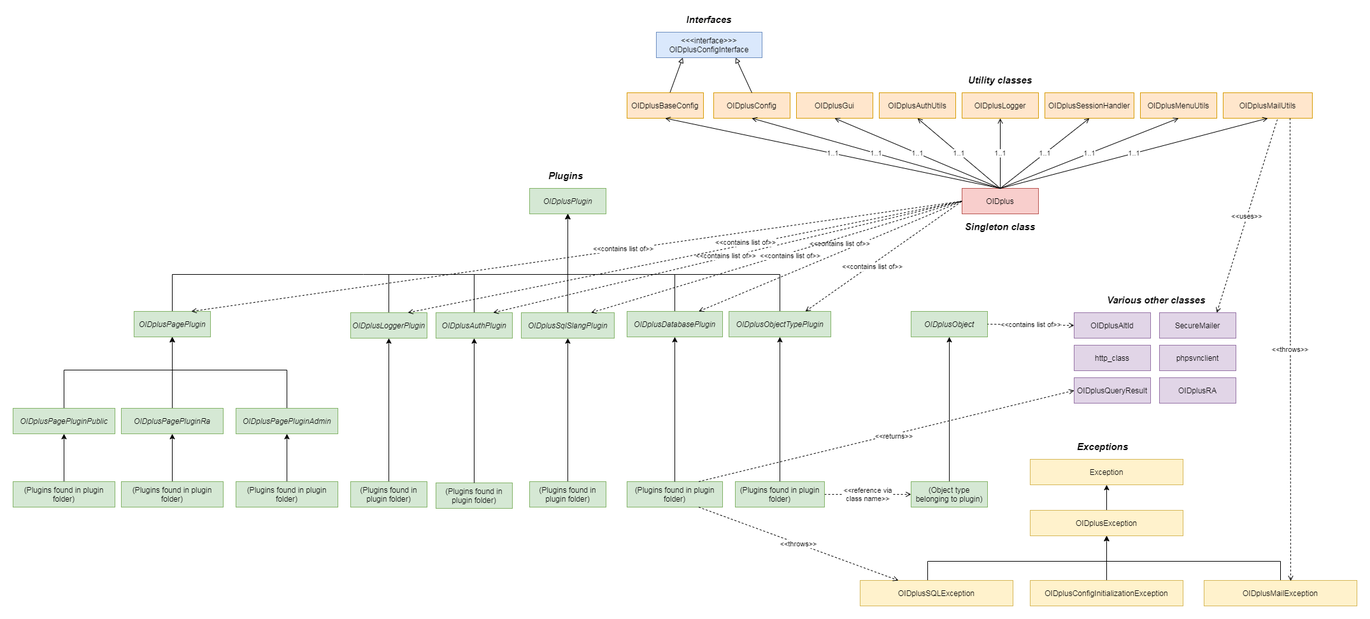
Earlier version of the draw.io export includes/classes/class_diagram.png (danielmarschall/oidplus). Source tidied: cells renumbered, new cells last; positions are measured from the earlier drawing's top-left corner, leaving out a move shared by most shapes.
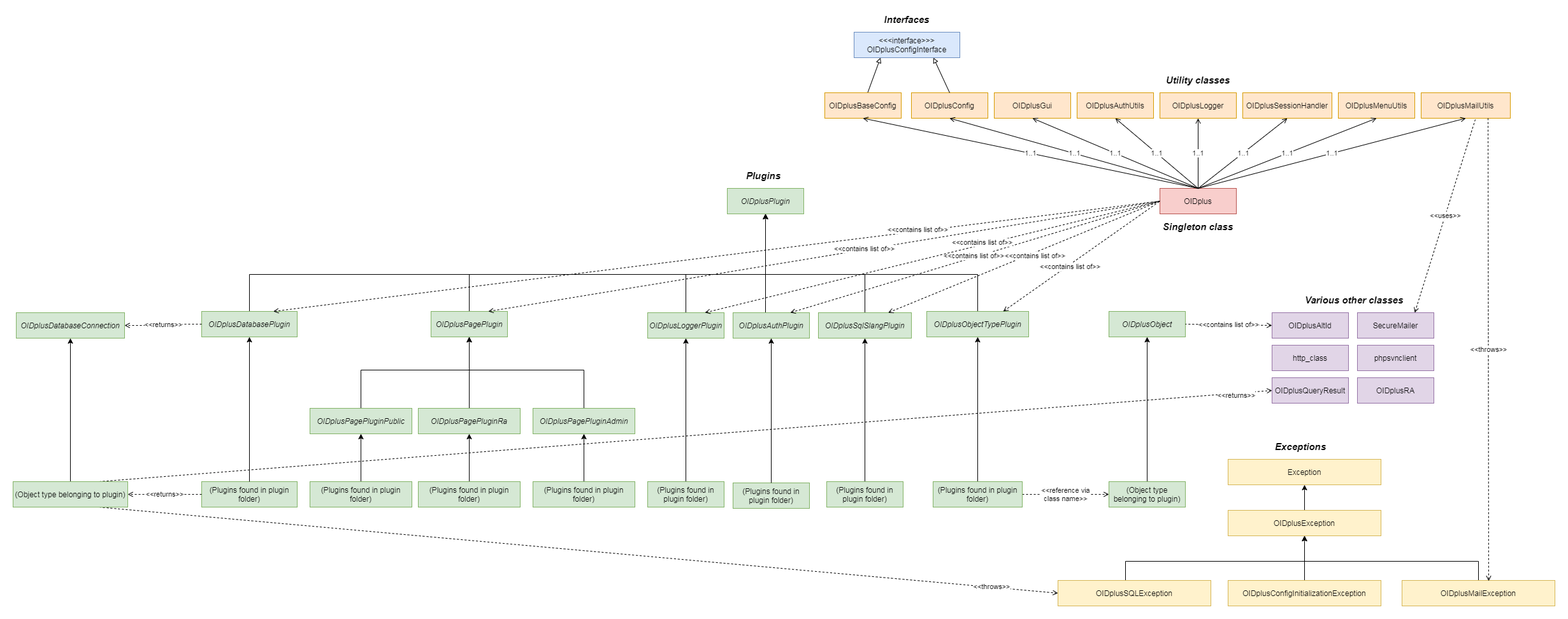
After the commit.

What changed in the source:
```diff
@@ -11,13 +11,13 @@
     <mxCell id="4" style="edgeStyle=orthogonalEdgeStyle;rounded=0;jettySize=auto;html=1;entryX=0.5;entryY=1;entryDx=0;entryDy=0;" parent="1" edge="1" source="5" target="24">
       <mxGeometry relative="1" as="geometry">
         <Array as="points">
-          <mxPoint x="724" y="410" />
-          <mxPoint x="871" y="410" />
+          <mxPoint x="871" y="450" />
+          <mxPoint x="871" y="450" />
         </Array>
       </mxGeometry>
     </mxCell>
     <mxCell id="5" value="&lt;div&gt;OIDplusAuthPlugin&lt;/div&gt;" style="rounded=0;whiteSpace=wrap;html=1;fontStyle=2;fillColor=#d5e8d4;strokeColor=#82b366;" parent="1" vertex="1">
-      <mxGeometry x="664" y="470" width="120" height="40" as="geometry" />
+      <mxGeometry x="820" y="470" width="120" height="40" as="geometry" />
     </mxCell>
     <mxCell id="6" value="&lt;div&gt;OIDplusAuthUtils&lt;/div&gt;" style="rounded=0;whiteSpace=wrap;html=1;fillColor=#ffe6cc;strokeColor=#d79b00;" parent="1" vertex="1">
       <mxGeometry x="1360" y="125" width="120" height="40" as="geometry" />
@@ -45,13 +45,13 @@
     <mxCell id="12" style="edgeStyle=orthogonalEdgeStyle;rounded=0;jettySize=auto;html=1;entryX=0.5;entryY=1;entryDx=0;entryDy=0;" parent="1" edge="1" source="13" target="24">
       <mxGeometry relative="1" as="geometry">
         <Array as="points">
-          <mxPoint x="1039" y="410" />
+          <mxPoint x="61" y="410" />
           <mxPoint x="871" y="410" />
         </Array>
       </mxGeometry>
     </mxCell>
     <mxCell id="13" value="&lt;div&gt;OIDplusDatabasePlugin&lt;/div&gt;" style="rounded=0;whiteSpace=wrap;html=1;fontStyle=2;fillColor=#d5e8d4;strokeColor=#82b366;" parent="1" vertex="1">
-      <mxGeometry x="964" y="468" width="150" height="40" as="geometry" />
+      <mxGeometry x="-14" y="468" width="150" height="40" as="geometry" />
     </mxCell>
     <mxCell id="14" value="&lt;div&gt;OIDplusGui&lt;/div&gt;" style="rounded=0;whiteSpace=wrap;html=1;fillColor=#ffe6cc;strokeColor=#d79b00;" parent="1" vertex="1">
       <mxGeometry x="1230" y="125" width="120" height="40" as="geometry" />
@@ -76,16 +76,16 @@
     <mxCell id="19" style="edgeStyle=orthogonalEdgeStyle;rounded=0;jettySize=auto;html=1;entryX=0.5;entryY=0;entryDx=0;entryDy=0;startArrow=classic;startFill=1;endArrow=none;endFill=0;" parent="1" edge="1" source="23" target="66">
       <mxGeometry relative="1" as="geometry">
         <Array as="points">
-          <mxPoint x="250" y="560" />
-          <mxPoint x="80" y="560" />
+          <mxPoint x="406" y="560" />
+          <mxPoint x="236" y="560" />
         </Array>
       </mxGeometry>
     </mxCell>
     <mxCell id="20" style="edgeStyle=orthogonalEdgeStyle;rounded=0;jettySize=auto;html=1;entryX=0.5;entryY=0;entryDx=0;entryDy=0;startArrow=classic;startFill=1;endArrow=none;endFill=0;" parent="1" edge="1" source="23" target="70">
       <mxGeometry relative="1" as="geometry">
         <Array as="points">
-          <mxPoint x="250" y="560" />
-          <mxPoint x="430" y="560" />
+          <mxPoint x="406" y="560" />
+          <mxPoint x="586" y="560" />
         </Array>
       </mxGeometry>
     </mxCell>
@@ -101,7 +101,7 @@
       </mxGeometry>
     </mxCell>
     <mxCell id="23" value="&lt;div&gt;OIDplusPagePlugin&lt;/div&gt;" style="rounded=0;whiteSpace=wrap;html=1;fontStyle=2;fillColor=#d5e8d4;strokeColor=#82b366;" parent="1" vertex="1">
-      <mxGeometry x="190" y="468" width="120" height="40" as="geometry" />
+      <mxGeometry x="346" y="468" width="120" height="40" as="geometry" />
     </mxCell>
     <mxCell id="24" value="&lt;div&gt;OIDplusPlugin&lt;/div&gt;" style="rounded=0;whiteSpace=wrap;html=1;fontStyle=2;fillColor=#d5e8d4;strokeColor=#82b366;" parent="1" vertex="1">
       <mxGeometry x="811" y="275" width="120" height="40" as="geometry" />
@@ -158,24 +158,22 @@
       <mxGeometry relative="1" as="geometry" />
     </mxCell>
     <mxCell id="41" value="(Plugins found in plugin folder)" style="rounded=0;whiteSpace=wrap;html=1;fillColor=#d5e8d4;strokeColor=#82b366;" parent="1" vertex="1">
-      <mxGeometry x="664" y="737" width="120" height="40" as="geometry" />
+      <mxGeometry x="820" y="737" width="120" height="40" as="geometry" />
     </mxCell>
     <mxCell id="42" style="edgeStyle=orthogonalEdgeStyle;rounded=0;jettySize=auto;html=1;entryX=0.5;entryY=1;entryDx=0;entryDy=0;exitX=0.5;exitY=0;exitDx=0;exitDy=0;" parent="1" edge="1" source="41" target="5">
       <mxGeometry relative="1" as="geometry" />
     </mxCell>
     <mxCell id="43" value="&lt;div&gt;(Plugins found in plugin folder)&lt;/div&gt;" style="rounded=0;whiteSpace=wrap;html=1;fillColor=#d5e8d4;strokeColor=#82b366;" parent="1" vertex="1">
-      <mxGeometry x="964" y="735" width="150" height="40" as="geometry" />
+      <mxGeometry x="-14" y="735" width="150" height="40" as="geometry" />
     </mxCell>
     <mxCell id="44" style="edgeStyle=orthogonalEdgeStyle;rounded=0;jettySize=auto;html=1;entryX=0.5;entryY=1;entryDx=0;entryDy=0;exitX=0.5;exitY=0;exitDx=0;exitDy=0;" parent="1" edge="1" source="43" target="13">
       <mxGeometry relative="1" as="geometry" />
     </mxCell>
-    <mxCell id="45" value="&amp;lt;&amp;lt;returns&amp;gt;&amp;gt;" style="endArrow=open;dashed=1;html=1;entryX=0;entryY=0.5;entryDx=0;entryDy=0;exitX=0.75;exitY=0;exitDx=0;exitDy=0;endFill=0;" parent="1" edge="1" source="43" target="25">
-      <mxGeometry x="0.04" y="-3" relative="1" as="geometry" />
+    <mxCell id="45" value="&amp;lt;&amp;lt;returns&amp;gt;&amp;gt;" style="endArrow=open;dashed=1;html=1;entryX=0;entryY=0.5;entryDx=0;entryDy=0;exitX=0.75;exitY=0;exitDx=0;exitDy=0;endFill=0;" parent="1" edge="1" source="95" target="25">
+      <mxGeometry x="0.94" y="-4" relative="1" as="geometry" />
     </mxCell>
     <mxCell id="46" value="&amp;lt;&amp;lt;contains list of&amp;gt;&amp;gt;" style="endArrow=none;html=1;entryX=0;entryY=0.5;entryDx=0;entryDy=0;exitX=0.75;exitY=0;exitDx=0;exitDy=0;dashed=1;endFill=0;startArrow=open;startFill=0;" parent="1" edge="1" source="13" target="2">
-      <mxGeometry x="0.1" y="12" relative="1" as="geometry">
-        <mxPoint x="-1" as="offset" />
-      </mxGeometry>
+      <mxGeometry x="0.45" y="2" relative="1" as="geometry" />
     </mxCell>
     <mxCell id="47" value="Singleton class" style="text;html=1;strokeColor=none;fillColor=none;align=center;verticalAlign=middle;whiteSpace=wrap;rounded=0;fontStyle=3;fontSize=15;" parent="1" vertex="1">
       <mxGeometry x="1480" y="325" width="140" height="20" as="geometry" />
@@ -192,8 +190,8 @@
     <mxCell id="51" value="Exception" style="rounded=0;whiteSpace=wrap;html=1;fillColor=#fff2cc;strokeColor=#d6b656;" parent="1" vertex="1">
       <mxGeometry x="1597" y="700" width="240" height="40" as="geometry" />
     </mxCell>
-    <mxCell id="52" value="&amp;lt;&amp;lt;throws&amp;gt;&amp;gt;" style="endArrow=open;dashed=1;html=1;entryX=0.25;entryY=0;entryDx=0;entryDy=0;exitX=0.75;exitY=1;exitDx=0;exitDy=0;endFill=0;" parent="1" edge="1" source="43" target="11">
-      <mxGeometry relative="1" as="geometry" />
+    <mxCell id="52" value="&amp;lt;&amp;lt;throws&amp;gt;&amp;gt;" style="endArrow=open;dashed=1;html=1;entryX=0;entryY=0.5;entryDx=0;entryDy=0;exitX=0.75;exitY=1;exitDx=0;exitDy=0;endFill=0;" parent="1" edge="1" source="95" target="11">
+      <mxGeometry x="0.86" y="1" relative="1" as="geometry" />
     </mxCell>
     <mxCell id="53" value="&amp;lt;&amp;lt;contains list of&amp;gt;&amp;gt;" style="endArrow=none;html=1;entryX=1;entryY=0.5;entryDx=0;entryDy=0;exitX=0;exitY=0.5;exitDx=0;exitDy=0;dashed=1;endFill=0;startArrow=open;startFill=0;" parent="1" edge="1" source="3" target="16">
       <mxGeometry relative="1" as="geometry" />
@@ -244,28 +242,28 @@
       <mxGeometry relative="1" as="geometry" />
     </mxCell>
     <mxCell id="66" value="&lt;div&gt;OIDplusPagePluginPublic&lt;/div&gt;" style="rounded=0;whiteSpace=wrap;html=1;fontStyle=2;fillColor=#d5e8d4;strokeColor=#82b366;" parent="1" vertex="1">
-      <mxGeometry y="620" width="160" height="40" as="geometry" />
+      <mxGeometry x="156" y="620" width="160" height="40" as="geometry" />
     </mxCell>
     <mxCell id="67" style="edgeStyle=orthogonalEdgeStyle;rounded=0;jettySize=auto;html=1;startArrow=classic;startFill=1;endArrow=none;endFill=0;" parent="1" edge="1" source="68" target="72">
       <mxGeometry relative="1" as="geometry" />
     </mxCell>
     <mxCell id="68" value="&lt;div&gt;OIDplusPagePluginRa&lt;/div&gt;" style="rounded=0;whiteSpace=wrap;html=1;fontStyle=2;fillColor=#d5e8d4;strokeColor=#82b366;" parent="1" vertex="1">
-      <mxGeometry x="170" y="620" width="160" height="40" as="geometry" />
+      <mxGeometry x="326" y="620" width="160" height="40" as="geometry" />
     </mxCell>
     <mxCell id="69" style="edgeStyle=orthogonalEdgeStyle;rounded=0;jettySize=auto;html=1;entryX=0.5;entryY=0;entryDx=0;entryDy=0;startArrow=classic;startFill=1;endArrow=none;endFill=0;" parent="1" edge="1" source="70" target="73">
       <mxGeometry relative="1" as="geometry" />
     </mxCell>
     <mxCell id="70" value="&lt;div&gt;OIDplusPagePluginAdmin&lt;/div&gt;" style="rounded=0;whiteSpace=wrap;html=1;fontStyle=2;fillColor=#d5e8d4;strokeColor=#82b366;" parent="1" vertex="1">
-      <mxGeometry x="350" y="620" width="160" height="40" as="geometry" />
+      <mxGeometry x="506" y="620" width="160" height="40" as="geometry" />
     </mxCell>
     <mxCell id="71" value="(Plugins found in plugin folder)" style="rounded=0;whiteSpace=wrap;html=1;fillColor=#d5e8d4;strokeColor=#82b366;" parent="1" vertex="1">
-      <mxGeometry y="735" width="160" height="40" as="geometry" />
+      <mxGeometry x="156" y="735" width="160" height="40" as="geometry" />
     </mxCell>
     <mxCell id="72" value="(Plugins found in plugin folder)" style="rounded=0;whiteSpace=wrap;html=1;fillColor=#d5e8d4;strokeColor=#82b366;" parent="1" vertex="1">
-      <mxGeometry x="170" y="735" width="160" height="40" as="geometry" />
+      <mxGeometry x="326" y="735" width="160" height="40" as="geometry" />
     </mxCell>
     <mxCell id="73" value="(Plugins found in plugin folder)" style="rounded=0;whiteSpace=wrap;html=1;fillColor=#d5e8d4;strokeColor=#82b366;" parent="1" vertex="1">
-      <mxGeometry x="350" y="735" width="160" height="40" as="geometry" />
+      <mxGeometry x="506" y="735" width="160" height="40" as="geometry" />
     </mxCell>
     <mxCell id="74" value="Utility classes" style="text;html=1;strokeColor=none;fillColor=none;align=center;verticalAlign=middle;whiteSpace=wrap;rounded=0;fontStyle=3;fontSize=15;" parent="1" vertex="1">
       <mxGeometry x="1270" y="95" width="560" height="20" as="geometry" />
@@ -295,10 +293,15 @@
       <mxGeometry relative="1" as="geometry" />
     </mxCell>
     <mxCell id="83" style="edgeStyle=orthogonalEdgeStyle;rounded=0;jettySize=auto;html=1;entryX=0.5;entryY=1;entryDx=0;entryDy=0;" parent="1" edge="1" source="84" target="24">
-      <mxGeometry relative="1" as="geometry" />
+      <mxGeometry relative="1" as="geometry">
+        <Array as="points">
+          <mxPoint x="1027" y="410" />
+          <mxPoint x="871" y="410" />
+        </Array>
+      </mxGeometry>
     </mxCell>
     <mxCell id="84" value="OIDplusSqlSlangPlugin" style="rounded=0;whiteSpace=wrap;html=1;fontStyle=2;fillColor=#d5e8d4;strokeColor=#82b366;" parent="1" vertex="1">
-      <mxGeometry x="798" y="470" width="146" height="40" as="geometry" />
+      <mxGeometry x="954" y="470" width="146" height="40" as="geometry" />
     </mxCell>
     <mxCell id="85" value="&amp;lt;&amp;lt;contains list of&amp;gt;&amp;gt;" style="endArrow=none;html=1;exitX=0.75;exitY=0;exitDx=0;exitDy=0;dashed=1;endFill=0;startArrow=open;startFill=0;entryX=0;entryY=0.5;entryDx=0;entryDy=0;" parent="1" edge="1" source="84" target="2">
       <mxGeometry x="0.07" y="-5" relative="1" as="geometry" />
@@ -307,27 +310,42 @@
       <mxGeometry relative="1" as="geometry" />
     </mxCell>
     <mxCell id="87" value="(Plugins found in plugin folder)" style="rounded=0;whiteSpace=wrap;html=1;fillColor=#d5e8d4;strokeColor=#82b366;" parent="1" vertex="1">
-      <mxGeometry x="811" y="735" width="120" height="40" as="geometry" />
+      <mxGeometry x="967" y="735" width="120" height="40" as="geometry" />
     </mxCell>
     <mxCell id="88" style="edgeStyle=orthogonalEdgeStyle;rounded=0;jettySize=auto;html=1;entryX=0.5;entryY=1;entryDx=0;entryDy=0;" parent="1" edge="1" source="89" target="24">
       <mxGeometry relative="1" as="geometry">
         <Array as="points">
-          <mxPoint x="590" y="410" />
+          <mxPoint x="746" y="410" />
           <mxPoint x="871" y="410" />
         </Array>
       </mxGeometry>
     </mxCell>
     <mxCell id="89" value="&lt;div&gt;OIDplusLoggerPlugin&lt;/div&gt;" style="rounded=0;whiteSpace=wrap;html=1;fontStyle=2;fillColor=#d5e8d4;strokeColor=#82b366;" parent="1" vertex="1">
-      <mxGeometry x="530" y="470" width="120" height="40" as="geometry" />
+      <mxGeometry x="686" y="470" width="120" height="40" as="geometry" />
     </mxCell>
     <mxCell id="90" style="edgeStyle=orthogonalEdgeStyle;rounded=0;jettySize=auto;html=1;entryX=0.5;entryY=1;entryDx=0;entryDy=0;" parent="1" edge="1" source="91" target="89">
       <mxGeometry relative="1" as="geometry" />
     </mxCell>
     <mxCell id="91" value="(Plugins found in plugin folder)" style="rounded=0;whiteSpace=wrap;html=1;fillColor=#d5e8d4;strokeColor=#82b366;" parent="1" vertex="1">
-      <mxGeometry x="530" y="735" width="120" height="40" as="geometry" />
+      <mxGeometry x="686" y="735" width="120" height="40" as="geometry" />
     </mxCell>
     <mxCell id="92" value="&amp;lt;&amp;lt;contains list of&amp;gt;&amp;gt;" style="endArrow=none;html=1;exitX=0.75;exitY=0;exitDx=0;exitDy=0;dashed=1;endFill=0;startArrow=open;startFill=0;entryX=0;entryY=0.5;entryDx=0;entryDy=0;" parent="1" edge="1" source="89" target="2">
       <mxGeometry x="0.22" y="3" relative="1" as="geometry" />
     </mxCell>
+    <mxCell id="93" value="&lt;div&gt;OIDplusDatabaseConnection&lt;/div&gt;" style="rounded=0;whiteSpace=wrap;html=1;fontStyle=2;fillColor=#d5e8d4;strokeColor=#82b366;" parent="1" vertex="1">
+      <mxGeometry x="-305" y="470" width="170" height="40" as="geometry" />
+    </mxCell>
+    <mxCell id="94" style="edgeStyle=orthogonalEdgeStyle;rounded=0;jettySize=auto;html=1;entryX=0.5;entryY=1;entryDx=0;entryDy=0;" parent="1" edge="1" source="95" target="93">
+      <mxGeometry relative="1" as="geometry" />
+    </mxCell>
+    <mxCell id="95" value="(Object type belonging to plugin)" style="rounded=0;whiteSpace=wrap;html=1;fillColor=#d5e8d4;strokeColor=#82b366;" parent="1" vertex="1">
+      <mxGeometry x="-310" y="735" width="180" height="40" as="geometry" />
+    </mxCell>
+    <mxCell id="96" value="&lt;div&gt;&amp;lt;&amp;lt;returns&amp;gt;&amp;gt;&lt;/div&gt;" style="edgeStyle=orthogonalEdgeStyle;rounded=0;jettySize=auto;html=1;dashed=1;endArrow=open;endFill=0;entryX=1;entryY=0.5;entryDx=0;entryDy=0;exitX=0;exitY=0.5;exitDx=0;exitDy=0;" parent="1" edge="1" source="43" target="95">
+      <mxGeometry relative="1" as="geometry" />
+    </mxCell>
+    <mxCell id="97" value="&lt;div&gt;&amp;lt;&amp;lt;returns&amp;gt;&amp;gt;&lt;/div&gt;" style="edgeStyle=orthogonalEdgeStyle;rounded=0;jettySize=auto;html=1;dashed=1;endArrow=open;endFill=0;entryX=1;entryY=0.5;entryDx=0;entryDy=0;exitX=0;exitY=0.5;exitDx=0;exitDy=0;" parent="1" edge="1" source="13" target="93">
+      <mxGeometry relative="1" as="geometry" />
+    </mxCell>
   </root>
 </mxGraphModel>
```
